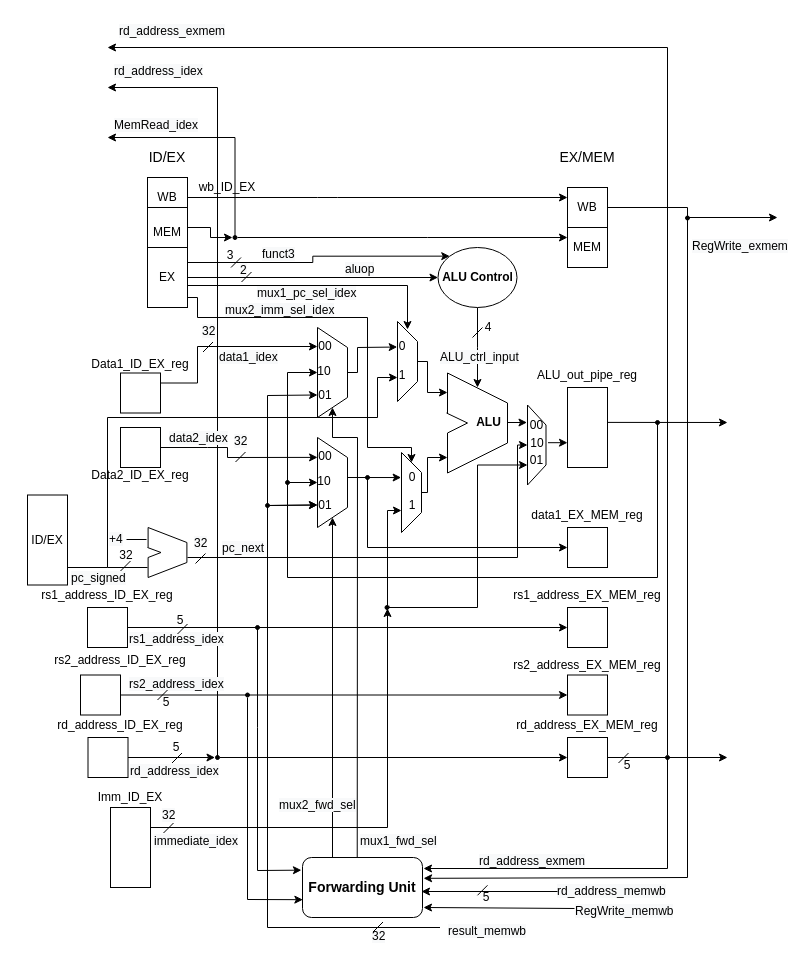
This is lab3/execute.drawio from Dragosk97/ISA-laboratories, a draw.io file, before an edit. Source tidied: cells renumbered, new cells numbered last; positions are measured from the earlier drawing's top-left corner, leaving out a move shared by most shapes. Both pictures are drawn from the tidied source at 100%, with x=0, y=0 at pixel (27, 17).
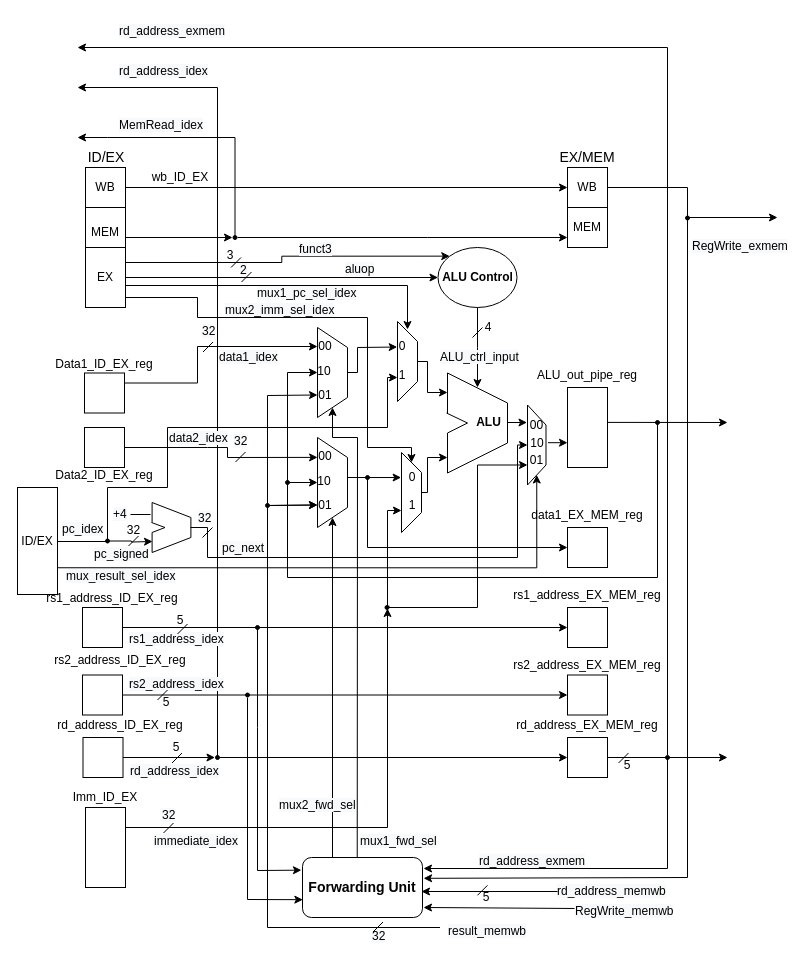
After the change.

Unchanged cells that the change refers to:
```xml
<mxCell id="51" style="shape=trapezoid;perimeter=trapezoidPerimeter;whiteSpace=wrap;html=1;fixedSize=1;fillColor=#FFFFFF;direction=south;" parent="1" vertex="1">
  <mxGeometry x="374" y="435" width="20" height="80" as="geometry" />
</mxCell>
<mxCell id="60" value="1" style="text;html=1;strokeColor=none;fillColor=none;align=center;verticalAlign=middle;whiteSpace=wrap;rounded=0;" parent="1" vertex="1">
  <mxGeometry x="355" y="348" width="40" height="20" as="geometry" />
</mxCell>
<mxCell id="93" style="verticalLabelPosition=bottom;shadow=0;dashed=0;align=center;html=1;verticalAlign=top;shape=mxgraph.electrical.logic_gates.inverting_contact;fillColor=#000000;" parent="1" vertex="1">
  <mxGeometry x="637.5" y="737.5" width="5" height="5" as="geometry" />
</mxCell>
<mxCell id="104" style="shape=trapezoid;perimeter=trapezoidPerimeter;whiteSpace=wrap;html=1;fixedSize=1;fillColor=#FFFFFF;direction=south;" parent="1" vertex="1">
  <mxGeometry x="500" y="387.5" width="18.5" height="80" as="geometry" />
</mxCell>
<mxCell id="115" style="verticalLabelPosition=bottom;shadow=0;dashed=0;align=center;html=1;verticalAlign=top;shape=mxgraph.electrical.logic_gates.inverting_contact;fillColor=#000000;" parent="1" vertex="1">
  <mxGeometry x="205" y="217.5" width="5" height="5" as="geometry" />
</mxCell>
```

The edit, as a diff of the source:
```diff
@@
     <mxCell id="3" style="rounded=0;whiteSpace=wrap;html=1;" parent="1" vertex="1">
-      <mxGeometry x="83" y="790" width="40" height="80" as="geometry" />
+      <mxGeometry x="58" y="790" width="40" height="80" as="geometry" />
     </mxCell>
     <mxCell id="4" value="Imm_ID_EX&lt;br&gt;" style="text;html=1;strokeColor=none;fillColor=none;align=center;verticalAlign=middle;whiteSpace=wrap;rounded=0;" parent="1" vertex="1">
-      <mxGeometry x="73" y="770" width="60" height="20" as="geometry" />
+      <mxGeometry x="48" y="770" width="60" height="20" as="geometry" />
     </mxCell>
@@
     <mxCell id="6" style="rounded=0;whiteSpace=wrap;html=1;" parent="1" vertex="1">
-      <mxGeometry x="93" y="355.5" width="40" height="40" as="geometry" />
+      <mxGeometry x="57" y="355.5" width="40" height="40" as="geometry" />
     </mxCell>
     <mxCell id="7" style="rounded=0;whiteSpace=wrap;html=1;" parent="1" vertex="1">
-      <mxGeometry x="93" y="410" width="40" height="40" as="geometry" />
+      <mxGeometry x="57" y="410" width="40" height="40" as="geometry" />
     </mxCell>
     <mxCell id="8" value="Data1_ID_EX_reg" style="text;html=1;strokeColor=none;fillColor=none;align=center;verticalAlign=middle;whiteSpace=wrap;rounded=0;" parent="1" vertex="1">
-      <mxGeometry x="93" y="337" width="40" height="20" as="geometry" />
+      <mxGeometry x="57" y="337" width="40" height="20" as="geometry" />
     </mxCell>
     <mxCell id="9" value="Data2_ID_EX_reg&lt;br&gt;" style="text;html=1;strokeColor=none;fillColor=none;align=center;verticalAlign=middle;whiteSpace=wrap;rounded=0;" parent="1" vertex="1">
-      <mxGeometry x="93" y="447.5" width="40" height="20" as="geometry" />
+      <mxGeometry x="57" y="447.5" width="40" height="20" as="geometry" />
     </mxCell>
@@
     <mxCell id="14" value="&lt;font style=&quot;font-size: 14px&quot;&gt;ID/EX&lt;/font&gt;" style="text;html=1;strokeColor=none;fillColor=none;align=center;verticalAlign=middle;whiteSpace=wrap;rounded=0;dashed=1;" parent="1" vertex="1">
-      <mxGeometry x="120" y="130" width="40" height="20" as="geometry" />
+      <mxGeometry x="59" y="130" width="40" height="20" as="geometry" />
     </mxCell>
@@
+    <mxCell id="41" style="edgeStyle=orthogonalEdgeStyle;rounded=0;jettySize=auto;html=1;exitX=1;exitY=0.5;exitDx=0;exitDy=0;entryX=0;entryY=0.5;entryDx=0;entryDy=0;" parent="1" edge="1" source="29" target="31">
+      <mxGeometry relative="1" as="geometry" />
+    </mxCell>
     <mxCell id="29" value="WB" style="rounded=0;whiteSpace=wrap;html=1;" parent="1" vertex="1">
-      <mxGeometry x="120" y="160" width="40" height="40" as="geometry" />
+      <mxGeometry x="58" y="150" width="40" height="40" as="geometry" />
     </mxCell>
     <mxCell id="30" style="edgeStyle=orthogonalEdgeStyle;rounded=0;jettySize=auto;html=1;exitX=1;exitY=0.5;exitDx=0;exitDy=0;" parent="1" edge="1" source="31">
       <mxGeometry relative="1" as="geometry">
         <mxPoint x="750" y="200" as="targetPoint" />
         <Array as="points">
-          <mxPoint x="660" y="190" />
+          <mxPoint x="660" y="170" />
           <mxPoint x="660" y="200" />
-          <mxPoint x="750" y="200" />
         </Array>
       </mxGeometry>
     </mxCell>
     <mxCell id="31" value="WB" style="rounded=0;whiteSpace=wrap;html=1;" parent="1" vertex="1">
-      <mxGeometry x="540" y="170" width="40" height="40" as="geometry" />
+      <mxGeometry x="540" y="150" width="40" height="40" as="geometry" />
     </mxCell>
     <mxCell id="32" value="MEM" style="rounded=0;whiteSpace=wrap;html=1;" parent="1" vertex="1">
-      <mxGeometry x="540" y="210" width="40" height="40" as="geometry" />
+      <mxGeometry x="540" y="190" width="40" height="40" as="geometry" />
     </mxCell>
@@
     <mxCell id="34" value="MEM" style="rounded=0;whiteSpace=wrap;html=1;" parent="1" vertex="1">
-      <mxGeometry x="120" y="190" width="40" height="50" as="geometry" />
+      <mxGeometry x="58" y="190" width="40" height="50" as="geometry" />
     </mxCell>
     <mxCell id="35" style="edgeStyle=orthogonalEdgeStyle;rounded=0;jettySize=auto;html=1;exitX=1;exitY=0.75;exitDx=0;exitDy=0;entryX=0;entryY=0.5;entryDx=0;entryDy=0;" parent="1" edge="1" source="39" target="51">
       <mxGeometry relative="1" as="geometry">
         <Array as="points">
-          <mxPoint x="160" y="280" />
+          <mxPoint x="98" y="280" />
           <mxPoint x="170" y="280" />
           <mxPoint x="170" y="300" />
           <mxPoint x="340" y="300" />
           <mxPoint x="340" y="430" />
           <mxPoint x="384" y="430" />
         </Array>
       </mxGeometry>
     </mxCell>
-    <mxCell id="36" style="edgeStyle=orthogonalEdgeStyle;rounded=0;orthogonalLoop=1;jettySize=auto;html=1;exitX=1;exitY=0.75;exitDx=0;exitDy=0;entryX=0;entryY=0.5;entryDx=0;entryDy=0;" parent="1" edge="1">
+    <mxCell id="36" style="edgeStyle=orthogonalEdgeStyle;rounded=0;jettySize=auto;html=1;entryX=0;entryY=0.5;entryDx=0;entryDy=0;" parent="1" edge="1" source="39">
       <mxGeometry relative="1" as="geometry">
-        <mxPoint x="160" y="273" as="sourcePoint" />
         <mxPoint x="380" y="312" as="targetPoint" />
         <Array as="points">
-          <mxPoint x="160" y="268" />
           <mxPoint x="380" y="268" />
         </Array>
       </mxGeometry>
     </mxCell>
@@
     <mxCell id="39" value="EX" style="rounded=0;whiteSpace=wrap;html=1;" parent="1" vertex="1">
-      <mxGeometry x="120" y="230" width="40" height="60" as="geometry" />
+      <mxGeometry x="58" y="230" width="40" height="60" as="geometry" />
     </mxCell>
     <mxCell id="40" value="wb_ID_EX" style="text;html=1;strokeColor=none;fillColor=none;align=center;verticalAlign=middle;whiteSpace=wrap;rounded=0;" parent="1" vertex="1">
-      <mxGeometry x="180" y="160" width="40" height="20" as="geometry" />
+      <mxGeometry x="133" y="150" width="40" height="20" as="geometry" />
     </mxCell>
-    <mxCell id="41" style="endArrow=classic;html=1;exitX=1;exitY=0.5;exitDx=0;exitDy=0;entryX=0;entryY=0.25;entryDx=0;entryDy=0;" parent="1" edge="1" source="29" target="31">
-      <mxGeometry relative="1" as="geometry">
-        <Array as="points">
-          <mxPoint x="300" y="180" />
-        </Array>
-      </mxGeometry>
-    </mxCell>
     <mxCell id="42" style="rounded=0;whiteSpace=wrap;html=1;" parent="1" vertex="1">
-      <mxGeometry x="93" y="410" width="40" height="40" as="geometry" />
+      <mxGeometry x="57" y="410" width="40" height="40" as="geometry" />
     </mxCell>
     <mxCell id="43" style="rounded=0;whiteSpace=wrap;html=1;" parent="1" vertex="1">
-      <mxGeometry x="60" y="590" width="40" height="40" as="geometry" />
+      <mxGeometry x="55" y="590" width="40" height="40" as="geometry" />
     </mxCell>
     <mxCell id="44" style="rounded=0;whiteSpace=wrap;html=1;" parent="1" vertex="1">
-      <mxGeometry x="53" y="657.5" width="40" height="40" as="geometry" />
+      <mxGeometry x="55" y="657.5" width="40" height="40" as="geometry" />
     </mxCell>
@@
     <mxCell id="47" value="rs1_address_ID_EX_reg" style="text;html=1;strokeColor=none;fillColor=none;align=center;verticalAlign=middle;whiteSpace=wrap;rounded=0;" parent="1" vertex="1">
-      <mxGeometry x="60" y="567.5" width="40" height="20" as="geometry" />
+      <mxGeometry x="65" y="570.5" width="40" height="20" as="geometry" />
     </mxCell>
@@
     <mxCell id="86" style="rounded=0;whiteSpace=wrap;html=1;" parent="1" vertex="1">
-      <mxGeometry x="60.5" y="720" width="40" height="40" as="geometry" />
+      <mxGeometry x="55.5" y="720" width="40" height="40" as="geometry" />
     </mxCell>
@@
     <mxCell id="92" style="edgeStyle=orthogonalEdgeStyle;rounded=0;jettySize=auto;html=1;" parent="1" edge="1" source="93">
       <mxGeometry relative="1" as="geometry">
-        <mxPoint x="80" y="30" as="targetPoint" />
+        <mxPoint x="50" y="30" as="targetPoint" />
         <Array as="points">
           <mxPoint x="640" y="30" />
         </Array>
       </mxGeometry>
     </mxCell>
@@
     <mxCell id="100" style="endArrow=classic;html=1;rounded=0;" parent="1" edge="1">
       <mxGeometry relative="1" as="geometry">
         <mxPoint x="190" y="740" as="sourcePoint" />
-        <mxPoint x="80" y="70" as="targetPoint" />
+        <mxPoint x="50" y="70" as="targetPoint" />
         <Array as="points">
           <mxPoint x="190" y="70" />
         </Array>
       </mxGeometry>
     </mxCell>
@@
-    <mxCell id="103" style="edgeStyle=orthogonalEdgeStyle;rounded=0;jettySize=auto;html=1;exitX=0.5;exitY=1;exitDx=0;exitDy=0;entryX=0.5;entryY=1;entryDx=0;entryDy=0;" parent="1" edge="1" target="104">
+    <mxCell id="103" style="edgeStyle=orthogonalEdgeStyle;rounded=0;jettySize=auto;html=1;entryX=0.5;entryY=1;entryDx=0;entryDy=0;" parent="1" edge="1" target="104">
       <mxGeometry relative="1" as="geometry">
-        <mxPoint x="160" y="540" as="sourcePoint" />
+        <mxPoint x="163" y="510" as="sourcePoint" />
         <Array as="points">
+          <mxPoint x="180" y="510" />
+          <mxPoint x="180" y="540" />
           <mxPoint x="490" y="540" />
           <mxPoint x="490" y="428" />
         </Array>
       </mxGeometry>
     </mxCell>
@@
     <mxCell id="109" style="edgeStyle=orthogonalEdgeStyle;rounded=0;jettySize=auto;html=1;exitX=0.25;exitY=0;exitDx=0;exitDy=0;entryX=0.375;entryY=0.6;entryDx=0;entryDy=0;entryPerimeter=0;" parent="1" edge="1" source="110" target="60">
       <mxGeometry relative="1" as="geometry">
         <Array as="points">
-          <mxPoint x="20" y="550" />
-          <mxPoint x="80" y="550" />
-          <mxPoint x="80" y="400" />
-          <mxPoint x="350" y="400" />
-          <mxPoint x="350" y="360" />
+          <mxPoint x="30" y="501" />
+          <mxPoint x="20" y="501" />
+          <mxPoint x="20" y="524" />
+          <mxPoint x="80" y="524" />
+          <mxPoint x="80" y="470" />
+          <mxPoint x="140" y="470" />
+          <mxPoint x="140" y="410" />
+          <mxPoint x="360" y="410" />
+          <mxPoint x="360" y="360" />
         </Array>
       </mxGeometry>
     </mxCell>
+    <mxCell id="184" style="edgeStyle=orthogonalEdgeStyle;rounded=0;jettySize=auto;html=1;exitX=0.75;exitY=0;exitDx=0;exitDy=0;entryX=1;entryY=0.5;entryDx=0;entryDy=0;" parent="1" edge="1" source="110" target="104">
+      <mxGeometry relative="1" as="geometry">
+        <Array as="points">
+          <mxPoint x="509" y="550" />
+        </Array>
+      </mxGeometry>
+    </mxCell>
     <mxCell id="110" value="ID/EX" style="rounded=0;whiteSpace=wrap;html=1;direction=south;" parent="1" vertex="1">
-      <mxGeometry y="477.5" width="40" height="90" as="geometry" />
+      <mxGeometry x="-10" y="470" width="40" height="107" as="geometry" />
     </mxCell>
-    <mxCell id="111" value="&lt;span style=&quot;color: rgb(0 , 0 , 0) ; font-family: &amp;#34;helvetica&amp;#34; ; font-size: 12px ; font-style: normal ; font-weight: 400 ; letter-spacing: normal ; text-align: center ; text-indent: 0px ; text-transform: none ; word-spacing: 0px ; background-color: rgb(248 , 249 , 250) ; display: inline ; float: none&quot;&gt;pc_signed&lt;/span&gt;" style="text;whiteSpace=wrap;html=1;" parent="1" vertex="1">
-      <mxGeometry x="42" y="547" width="50" height="30" as="geometry" />
+    <mxCell id="111" value="&lt;span style=&quot;color: rgb(0 , 0 , 0) ; font-family: &amp;#34;helvetica&amp;#34; ; font-size: 12px ; font-style: normal ; font-weight: 400 ; letter-spacing: normal ; text-align: center ; text-indent: 0px ; text-transform: none ; word-spacing: 0px ; background-color: rgb(248 , 249 , 250) ; display: inline ; float: none&quot;&gt;pc_idex&lt;/span&gt;" style="text;whiteSpace=wrap;html=1;" parent="1" vertex="1">
+      <mxGeometry x="32.5" y="497.5" width="37.5" height="30" as="geometry" />
     </mxCell>
@@
     <mxCell id="114" style="edgeStyle=orthogonalEdgeStyle;rounded=0;jettySize=auto;html=1;" parent="1" edge="1" source="115">
       <mxGeometry relative="1" as="geometry">
-        <mxPoint x="80" y="120" as="targetPoint" />
+        <mxPoint x="50" y="120" as="targetPoint" />
         <Array as="points">
           <mxPoint x="208" y="120" />
           <mxPoint x="80" y="120" />
         </Array>
       </mxGeometry>
     </mxCell>
@@
     <mxCell id="116" style="edgeStyle=orthogonalEdgeStyle;rounded=0;jettySize=auto;html=1;exitX=1;exitY=0.5;exitDx=0;exitDy=0;" parent="1" edge="1" source="34" target="115">
       <mxGeometry relative="1" as="geometry">
         <Array as="points">
-          <mxPoint x="160" y="210" />
-          <mxPoint x="183" y="210" />
-          <mxPoint x="183" y="220" />
+          <mxPoint x="98" y="220" />
         </Array>
       </mxGeometry>
     </mxCell>
@@
     <mxCell id="118" style="group;" parent="1" vertex="1">
-      <mxGeometry x="120" y="510" width="67" height="50" as="geometry" />
+      <mxGeometry x="124" y="485" width="67" height="50" as="geometry" />
     </mxCell>
@@
     <mxCell id="128" style="endArrow=none;html=1;" parent="118" edge="1">
       <mxGeometry relative="1" as="geometry">
-        <mxPoint x="48" y="36" as="sourcePoint" />
-        <mxPoint x="58" y="26" as="targetPoint" />
+        <mxPoint x="51" y="35" as="sourcePoint" />
+        <mxPoint x="61" y="25" as="targetPoint" />
       </mxGeometry>
     </mxCell>
-    <mxCell id="129" style="endArrow=none;html=1;" parent="1" edge="1">
-      <mxGeometry relative="1" as="geometry">
-        <mxPoint x="80" y="550" as="sourcePoint" />
-        <mxPoint x="120" y="550" as="targetPoint" />
-      </mxGeometry>
-    </mxCell>
     <mxCell id="130" style="endArrow=none;html=1;" parent="1" edge="1">
       <mxGeometry relative="1" as="geometry">
-        <mxPoint x="99" y="522" as="sourcePoint" />
-        <mxPoint x="119" y="522" as="targetPoint" />
+        <mxPoint x="103" y="497" as="sourcePoint" />
+        <mxPoint x="123" y="497" as="targetPoint" />
       </mxGeometry>
     </mxCell>
     <mxCell id="131" value="&lt;span style=&quot;color: rgb(0 , 0 , 0) ; font-family: &amp;#34;helvetica&amp;#34; ; font-size: 12px ; font-style: normal ; font-weight: 400 ; letter-spacing: normal ; text-align: center ; text-indent: 0px ; text-transform: none ; word-spacing: 0px ; background-color: rgb(248 , 249 , 250) ; display: inline ; float: none&quot;&gt;+4&lt;/span&gt;" style="text;whiteSpace=wrap;html=1;" parent="1" vertex="1">
-      <mxGeometry x="80" y="507.5" width="20" height="20" as="geometry" />
+      <mxGeometry x="84" y="482.5" width="20" height="20" as="geometry" />
     </mxCell>
@@
     <mxCell id="133" style="endArrow=none;html=1;" parent="1" edge="1">
       <mxGeometry relative="1" as="geometry">
-        <mxPoint x="93" y="553.5" as="sourcePoint" />
-        <mxPoint x="103" y="543.5" as="targetPoint" />
+        <mxPoint x="101" y="528.5" as="sourcePoint" />
+        <mxPoint x="111" y="518.5" as="targetPoint" />
       </mxGeometry>
     </mxCell>
     <mxCell id="134" value="32" style="text;html=1;strokeColor=none;fillColor=none;align=center;verticalAlign=middle;whiteSpace=wrap;rounded=0;" parent="1" vertex="1">
-      <mxGeometry x="79" y="527.5" width="40" height="20" as="geometry" />
+      <mxGeometry x="90" y="502.5" width="33" height="20" as="geometry" />
     </mxCell>
@@
     <mxCell id="173" value="&lt;span style=&quot;color: rgb(0 , 0 , 0) ; font-family: &amp;#34;helvetica&amp;#34; ; font-size: 12px ; font-style: normal ; font-weight: 400 ; letter-spacing: normal ; text-align: center ; text-indent: 0px ; text-transform: none ; word-spacing: 0px ; background-color: rgb(248 , 249 , 250) ; display: inline ; float: none&quot;&gt;MemRead_idex&lt;/span&gt;" style="text;whiteSpace=wrap;html=1;" parent="1" vertex="1">
-      <mxGeometry x="85" y="94" width="100" height="30" as="geometry" />
+      <mxGeometry x="90" y="94" width="95" height="26" as="geometry" />
     </mxCell>
@@
     <mxCell id="175" value="&lt;span style=&quot;color: rgb(0, 0, 0); font-family: helvetica; font-size: 12px; font-style: normal; font-weight: 400; letter-spacing: normal; text-align: center; text-indent: 0px; text-transform: none; word-spacing: 0px; background-color: rgb(248, 249, 250); display: inline; float: none;&quot;&gt;rd_address_idex&lt;/span&gt;" style="text;whiteSpace=wrap;html=1;" parent="1" vertex="1">
-      <mxGeometry x="85" y="40" width="110" height="30" as="geometry" />
+      <mxGeometry x="90" y="40" width="105" height="30" as="geometry" />
     </mxCell>
@@
     <mxCell id="177" value="&lt;span style=&quot;color: rgb(0 , 0 , 0) ; font-family: &amp;#34;helvetica&amp;#34; ; font-size: 12px ; font-style: normal ; font-weight: 400 ; letter-spacing: normal ; text-align: center ; text-indent: 0px ; text-transform: none ; word-spacing: 0px ; background-color: rgb(248 , 249 , 250) ; display: inline ; float: none&quot;&gt;funct3&lt;/span&gt;" style="text;whiteSpace=wrap;html=1;" parent="1" vertex="1">
-      <mxGeometry x="232.5" y="222.5" width="40" height="30" as="geometry" />
+      <mxGeometry x="270" y="217.5" width="40" height="30" as="geometry" />
     </mxCell>
@@
+    <mxCell id="185" style="edgeStyle=orthogonalEdgeStyle;rounded=0;jettySize=auto;html=1;exitX=0.9;exitY=0.5;exitDx=0;exitDy=0;exitPerimeter=0;" parent="1" edge="1" source="186">
+      <mxGeometry relative="1" as="geometry">
+        <mxPoint x="125" y="524" as="targetPoint" />
+      </mxGeometry>
+    </mxCell>
+    <mxCell id="186" style="verticalLabelPosition=bottom;shadow=0;dashed=0;align=center;html=1;verticalAlign=top;shape=mxgraph.electrical.logic_gates.inverting_contact;fillColor=#000000;" parent="1" vertex="1">
+      <mxGeometry x="77.5" y="521" width="5" height="5" as="geometry" />
+    </mxCell>
+    <mxCell id="187" value="&lt;span style=&quot;color: rgb(0 , 0 , 0) ; font-family: &amp;#34;helvetica&amp;#34; ; font-size: 12px ; font-style: normal ; font-weight: 400 ; letter-spacing: normal ; text-align: center ; text-indent: 0px ; text-transform: none ; word-spacing: 0px ; background-color: rgb(248 , 249 , 250) ; display: inline ; float: none&quot;&gt;pc_signed&lt;/span&gt;" style="text;whiteSpace=wrap;html=1;" parent="1" vertex="1">
+      <mxGeometry x="65" y="522.5" width="50" height="22.5" as="geometry" />
+    </mxCell>
+    <mxCell id="188" value="&lt;span style=&quot;color: rgb(0 , 0 , 0) ; font-family: &amp;#34;helvetica&amp;#34; ; font-size: 12px ; font-style: normal ; font-weight: 400 ; letter-spacing: normal ; text-align: center ; text-indent: 0px ; text-transform: none ; word-spacing: 0px ; background-color: rgb(248 , 249 , 250) ; display: inline ; float: none&quot;&gt;mux_result_sel_idex&lt;/span&gt;" style="text;whiteSpace=wrap;html=1;" parent="1" vertex="1">
+      <mxGeometry x="37" y="545" width="80" height="30" as="geometry" />
+    </mxCell>
```
